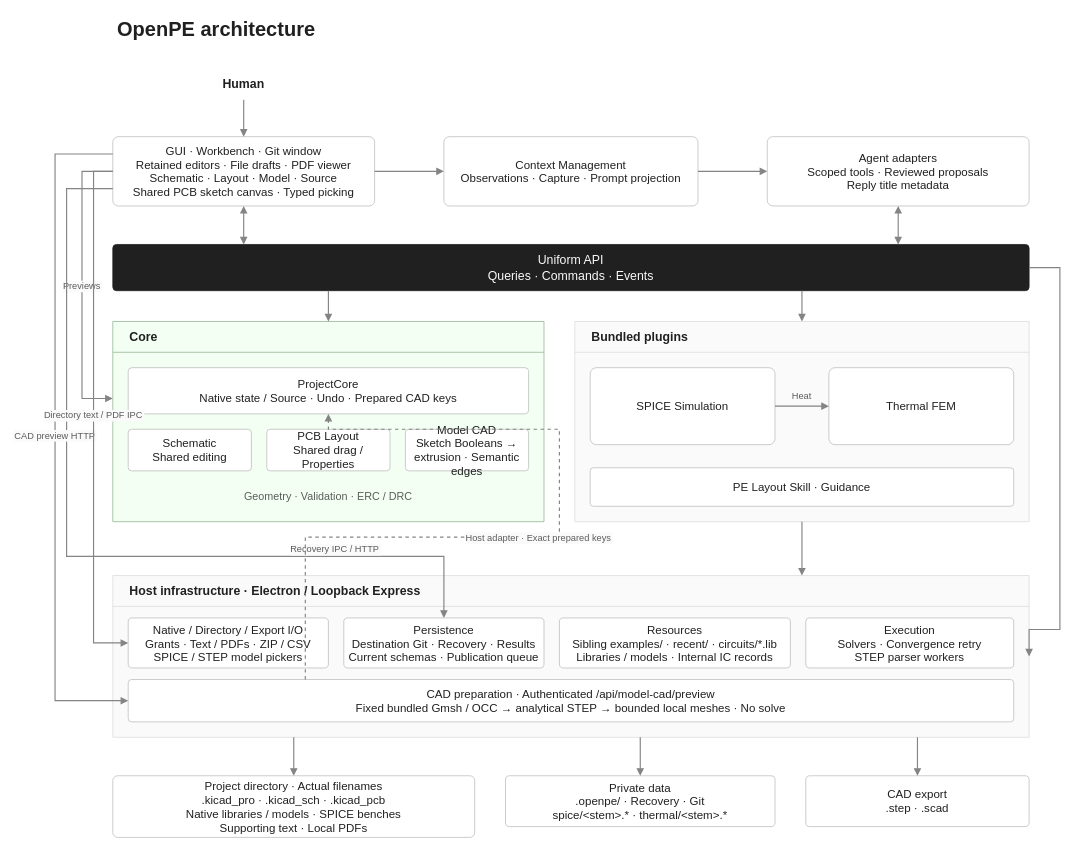
Before: assets/architecture.drawio in Open-Power-Electronics/OpenPE, a draw.io diagram. Source tidied: cells renumbered, new cells numbered last; positions are measured from the earlier drawing's top-left corner, leaving out a move shared by most shapes. Both pictures are drawn from the tidied source at 77%, with x=0, y=0 at pixel (55, 13).
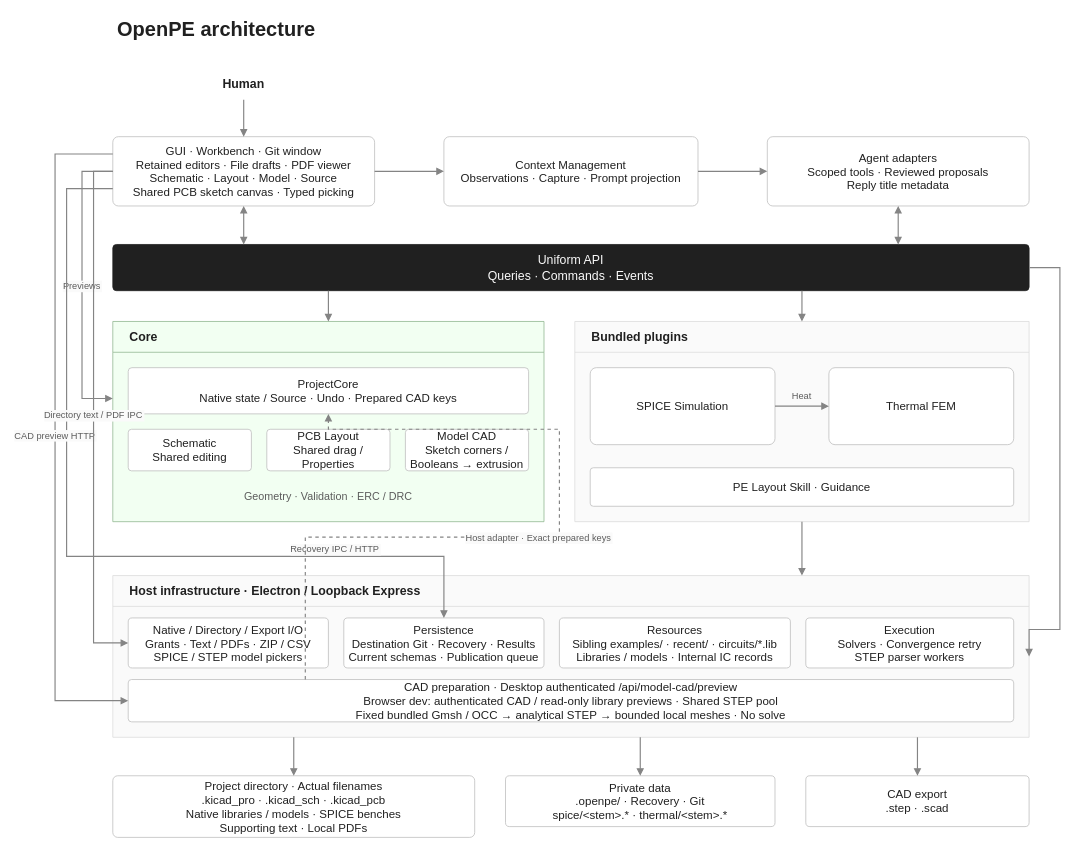
After the change.

The change refers to these unchanged cells:
```xml
<mxCell id="8" value="Core" style="swimlane;html=0;whiteSpace=wrap;fontFamily=Arial;fontSize=16;fontColor=#202020;fillColor=#f2fff2;strokeColor=#8fb58f;strokeWidth=1;shadow=0;arcSize=8;fontStyle=1;align=left;verticalAlign=middle;horizontal=1;startSize=40;swimlaneFillColor=#f2fff2;spacingLeft=20;" parent="1" vertex="1">
  <mxGeometry x="75" y="400" width="560" height="260" as="geometry" />
</mxCell>
<mxCell id="18" value="Host infrastructure · Electron / Loopback Express" style="swimlane;html=0;whiteSpace=wrap;fontFamily=Arial;fontSize=16;fontColor=#202020;fillColor=#fafafa;strokeColor=#dbdbdb;strokeWidth=1;shadow=0;arcSize=8;fontStyle=1;align=left;verticalAlign=middle;horizontal=1;startSize=40;swimlaneFillColor=#fafafa;spacingLeft=20;" parent="1" vertex="1">
  <mxGeometry x="75" y="730" width="1190" height="210" as="geometry" />
</mxCell>
```

Change to the diagram source:
```diff
@@
-    <mxCell id="12" value="Model CAD&#10;Sketch Booleans → extrusion · Semantic edges" style="rounded=1;html=0;whiteSpace=wrap;fontFamily=Arial;fontSize=15;fontColor=#202020;fillColor=#ffffff;strokeColor=#bdbdbd;strokeWidth=1;shadow=0;arcSize=8;fontStyle=0;align=center;verticalAlign=middle;spacing=6;" parent="8" vertex="1">
+    <mxCell id="12" value="Model CAD&#10;Sketch corners / Booleans → extrusion" style="rounded=1;html=0;whiteSpace=wrap;fontFamily=Arial;fontSize=15;fontColor=#202020;fillColor=#ffffff;strokeColor=#bdbdbd;strokeWidth=1;shadow=0;arcSize=8;fontStyle=0;align=center;verticalAlign=middle;spacing=6;" parent="8" vertex="1">
       <mxGeometry x="380" y="140" width="160" height="54" as="geometry" />
     </mxCell>
@@
-    <mxCell id="23" value="CAD preparation · Authenticated /api/model-cad/preview&#10;Fixed bundled Gmsh / OCC → analytical STEP → bounded local meshes · No solve" style="rounded=1;html=0;whiteSpace=wrap;fontFamily=Arial;fontSize=15;fontColor=#202020;fillColor=#ffffff;strokeColor=#bdbdbd;strokeWidth=1;shadow=0;arcSize=8;fontStyle=0;align=center;verticalAlign=middle;spacing=6;" parent="18" vertex="1">
+    <mxCell id="23" value="CAD preparation · Desktop authenticated /api/model-cad/preview&#10;Browser dev: authenticated CAD / read-only library previews · Shared STEP pool&#10;Fixed bundled Gmsh / OCC → analytical STEP → bounded local meshes · No solve" style="rounded=1;html=0;whiteSpace=wrap;fontFamily=Arial;fontSize=15;fontColor=#202020;fillColor=#ffffff;strokeColor=#bdbdbd;strokeWidth=1;shadow=0;arcSize=8;fontStyle=0;align=center;verticalAlign=middle;spacing=6;" parent="18" vertex="1">
       <mxGeometry x="20" y="135" width="1150" height="55" as="geometry" />
     </mxCell>
```
